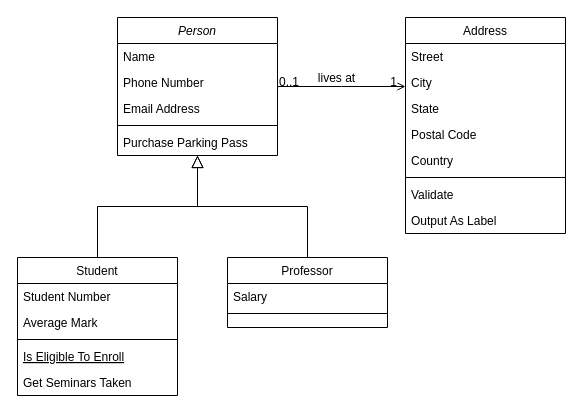
This is Diagrama sem nome.drawio from MarcusVsc1/PadraoBuilder04.10, a draw.io file, before an edit. Source tidied: cells renumbered, new cells numbered last; positions are measured from the earlier drawing's top-left corner, leaving out a move shared by most shapes. Both pictures are drawn from the tidied source at 100%, with x=0, y=0 at pixel (17, 17).
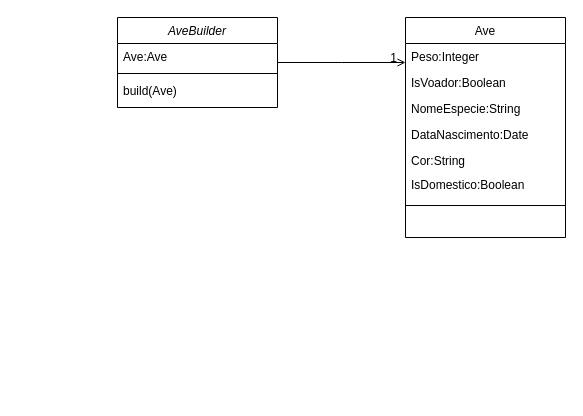
Above is the later version.

The change refers to these unchanged cells:
```xml
<mxCell id="28" style="endArrow=open;shadow=0;strokeWidth=1;rounded=0;endFill=1;edgeStyle=elbowEdgeStyle;elbow=vertical;" parent="1" edge="1" source="2" target="19">
  <mxGeometry x="0.5" y="41" relative="1" as="geometry">
    <mxPoint x="-40" y="32" as="offset" />
  </mxGeometry>
</mxCell>
```

Diff of the diagram source:
```diff
@@
-    <mxCell id="2" value="Person" style="swimlane;fontStyle=2;align=center;verticalAlign=top;horizontal=1;startSize=26;rounded=0;shadow=0;strokeWidth=1;" parent="1" vertex="1">
-      <mxGeometry x="100" width="160" height="138" as="geometry" />
+    <mxCell id="2" value="AveBuilder" style="swimlane;fontStyle=2;align=center;verticalAlign=top;horizontal=1;startSize=26;rounded=0;shadow=0;strokeWidth=1;" parent="1" vertex="1">
+      <mxGeometry x="100" width="160" height="90" as="geometry" />
     </mxCell>
-    <mxCell id="3" value="Name" style="text;align=left;verticalAlign=top;spacingLeft=4;spacingRight=4;overflow=hidden;" parent="2" vertex="1">
+    <mxCell id="3" value="Ave:Ave" style="text;align=left;verticalAlign=top;spacingLeft=4;spacingRight=4;overflow=hidden;" parent="2" vertex="1">
       <mxGeometry y="26" width="160" height="26" as="geometry" />
     </mxCell>
-    <mxCell id="4" value="Phone Number" style="text;align=left;verticalAlign=top;spacingLeft=4;spacingRight=4;overflow=hidden;rounded=0;shadow=0;html=0;" parent="2" vertex="1">
-      <mxGeometry y="52" width="160" height="26" as="geometry" />
-    </mxCell>
-    <mxCell id="5" value="Email Address" style="text;align=left;verticalAlign=top;spacingLeft=4;spacingRight=4;overflow=hidden;rounded=0;shadow=0;html=0;" parent="2" vertex="1">
-      <mxGeometry y="78" width="160" height="26" as="geometry" />
-    </mxCell>
     <mxCell id="6" style="line;html=1;strokeWidth=1;align=left;verticalAlign=middle;spacingTop=-1;spacingLeft=3;spacingRight=3;labelPosition=right;" parent="2" vertex="1">
-      <mxGeometry y="104" width="160" height="8" as="geometry" />
+      <mxGeometry y="52" width="160" height="8" as="geometry" />
     </mxCell>
-    <mxCell id="7" value="Purchase Parking Pass" style="text;align=left;verticalAlign=top;spacingLeft=4;spacingRight=4;overflow=hidden;" parent="2" vertex="1">
-      <mxGeometry y="112" width="160" height="26" as="geometry" />
+    <mxCell id="7" value="build(Ave)" style="text;align=left;verticalAlign=top;spacingLeft=4;spacingRight=4;overflow=hidden;" parent="2" vertex="1">
+      <mxGeometry y="60" width="160" height="26" as="geometry" />
     </mxCell>
-    <mxCell id="8" value="Student" style="swimlane;fontStyle=0;align=center;verticalAlign=top;horizontal=1;startSize=26;rounded=0;shadow=0;strokeWidth=1;" parent="1" vertex="1">
-      <mxGeometry y="240" width="160" height="138" as="geometry" />
-    </mxCell>
-    <mxCell id="9" value="Student Number" style="text;align=left;verticalAlign=top;spacingLeft=4;spacingRight=4;overflow=hidden;" parent="8" vertex="1">
-      <mxGeometry y="26" width="160" height="26" as="geometry" />
-    </mxCell>
-    <mxCell id="10" value="Average Mark" style="text;align=left;verticalAlign=top;spacingLeft=4;spacingRight=4;overflow=hidden;rounded=0;shadow=0;html=0;" parent="8" vertex="1">
-      <mxGeometry y="52" width="160" height="26" as="geometry" />
-    </mxCell>
-    <mxCell id="11" style="line;html=1;strokeWidth=1;align=left;verticalAlign=middle;spacingTop=-1;spacingLeft=3;spacingRight=3;labelPosition=right;" parent="8" vertex="1">
-      <mxGeometry y="78" width="160" height="8" as="geometry" />
-    </mxCell>
-    <mxCell id="12" value="Is Eligible To Enroll" style="text;align=left;verticalAlign=top;spacingLeft=4;spacingRight=4;overflow=hidden;fontStyle=4;" parent="8" vertex="1">
-      <mxGeometry y="86" width="160" height="26" as="geometry" />
-    </mxCell>
-    <mxCell id="13" value="Get Seminars Taken" style="text;align=left;verticalAlign=top;spacingLeft=4;spacingRight=4;overflow=hidden;" parent="8" vertex="1">
-      <mxGeometry y="112" width="160" height="26" as="geometry" />
-    </mxCell>
-    <mxCell id="14" style="endArrow=block;endSize=10;endFill=0;shadow=0;strokeWidth=1;rounded=0;edgeStyle=elbowEdgeStyle;elbow=vertical;" parent="1" edge="1" source="8" target="2">
-      <mxGeometry relative="1" as="geometry" />
-    </mxCell>
-    <mxCell id="15" value="Professor" style="swimlane;fontStyle=0;align=center;verticalAlign=top;horizontal=1;startSize=26;rounded=0;shadow=0;strokeWidth=1;" parent="1" vertex="1">
-      <mxGeometry x="210" y="240" width="160" height="70" as="geometry" />
-    </mxCell>
-    <mxCell id="16" value="Salary" style="text;align=left;verticalAlign=top;spacingLeft=4;spacingRight=4;overflow=hidden;" parent="15" vertex="1">
-      <mxGeometry y="26" width="160" height="26" as="geometry" />
-    </mxCell>
-    <mxCell id="17" style="line;html=1;strokeWidth=1;align=left;verticalAlign=middle;spacingTop=-1;spacingLeft=3;spacingRight=3;labelPosition=right;" parent="15" vertex="1">
-      <mxGeometry y="52" width="160" height="8" as="geometry" />
-    </mxCell>
-    <mxCell id="18" style="endArrow=block;endSize=10;endFill=0;shadow=0;strokeWidth=1;rounded=0;edgeStyle=elbowEdgeStyle;elbow=vertical;" parent="1" edge="1" source="15" target="2">
-      <mxGeometry relative="1" as="geometry" />
-    </mxCell>
-    <mxCell id="19" value="Address" style="swimlane;fontStyle=0;align=center;verticalAlign=top;horizontal=1;startSize=26;rounded=0;shadow=0;strokeWidth=1;" parent="1" vertex="1">
-      <mxGeometry x="388" width="160" height="216" as="geometry" />
+    <mxCell id="19" value="Ave" style="swimlane;fontStyle=0;align=center;verticalAlign=top;horizontal=1;startSize=26;rounded=0;shadow=0;strokeWidth=1;" parent="1" vertex="1">
+      <mxGeometry x="388" width="160" height="220" as="geometry" />
     </mxCell>
-    <mxCell id="20" value="Street" style="text;align=left;verticalAlign=top;spacingLeft=4;spacingRight=4;overflow=hidden;" parent="19" vertex="1">
+    <mxCell id="20" value="Peso:Integer" style="text;align=left;verticalAlign=top;spacingLeft=4;spacingRight=4;overflow=hidden;" parent="19" vertex="1">
       <mxGeometry y="26" width="160" height="26" as="geometry" />
     </mxCell>
-    <mxCell id="21" value="City" style="text;align=left;verticalAlign=top;spacingLeft=4;spacingRight=4;overflow=hidden;rounded=0;shadow=0;html=0;" parent="19" vertex="1">
+    <mxCell id="21" value="IsVoador:Boolean" style="text;align=left;verticalAlign=top;spacingLeft=4;spacingRight=4;overflow=hidden;rounded=0;shadow=0;html=0;" parent="19" vertex="1">
       <mxGeometry y="52" width="160" height="26" as="geometry" />
     </mxCell>
-    <mxCell id="22" value="State" style="text;align=left;verticalAlign=top;spacingLeft=4;spacingRight=4;overflow=hidden;rounded=0;shadow=0;html=0;" parent="19" vertex="1">
+    <mxCell id="22" value="NomeEspecie:String" style="text;align=left;verticalAlign=top;spacingLeft=4;spacingRight=4;overflow=hidden;rounded=0;shadow=0;html=0;" parent="19" vertex="1">
       <mxGeometry y="78" width="160" height="26" as="geometry" />
     </mxCell>
-    <mxCell id="23" value="Postal Code" style="text;align=left;verticalAlign=top;spacingLeft=4;spacingRight=4;overflow=hidden;rounded=0;shadow=0;html=0;" parent="19" vertex="1">
+    <mxCell id="23" value="DataNascimento:Date" style="text;align=left;verticalAlign=top;spacingLeft=4;spacingRight=4;overflow=hidden;rounded=0;shadow=0;html=0;" parent="19" vertex="1">
       <mxGeometry y="104" width="160" height="26" as="geometry" />
     </mxCell>
-    <mxCell id="24" value="Country" style="text;align=left;verticalAlign=top;spacingLeft=4;spacingRight=4;overflow=hidden;rounded=0;shadow=0;html=0;" parent="19" vertex="1">
+    <mxCell id="24" value="Cor:String" style="text;align=left;verticalAlign=top;spacingLeft=4;spacingRight=4;overflow=hidden;rounded=0;shadow=0;html=0;" parent="19" vertex="1">
       <mxGeometry y="130" width="160" height="26" as="geometry" />
     </mxCell>
     <mxCell id="25" style="line;html=1;strokeWidth=1;align=left;verticalAlign=middle;spacingTop=-1;spacingLeft=3;spacingRight=3;labelPosition=right;" parent="19" vertex="1">
-      <mxGeometry y="156" width="160" height="8" as="geometry" />
+      <mxGeometry y="156" width="160" height="64" as="geometry" />
     </mxCell>
-    <mxCell id="26" value="Validate" style="text;align=left;verticalAlign=top;spacingLeft=4;spacingRight=4;overflow=hidden;" parent="19" vertex="1">
-      <mxGeometry y="164" width="160" height="26" as="geometry" />
-    </mxCell>
-    <mxCell id="27" value="Output As Label" style="text;align=left;verticalAlign=top;spacingLeft=4;spacingRight=4;overflow=hidden;" parent="19" vertex="1">
-      <mxGeometry y="190" width="160" height="26" as="geometry" />
-    </mxCell>
@@
-    <mxCell id="29" value="0..1" style="align=left;verticalAlign=bottom;labelBackgroundColor=none;fontSize=12;" parent="28" vertex="1">
-      <mxGeometry x="-1" relative="1" as="geometry">
-        <mxPoint y="4" as="offset" />
-      </mxGeometry>
-    </mxCell>
@@
-    <mxCell id="31" value="lives at" style="text;html=1;align=center;verticalAlign=middle;labelBackgroundColor=none;rounded=0;shadow=0;strokeWidth=1;fontSize=12;" parent="28" vertex="1">
-      <mxGeometry x="0.5" y="49" relative="1" as="geometry">
-        <mxPoint x="-38" y="40" as="offset" />
-      </mxGeometry>
-    </mxCell>
+    <mxCell id="32" value="IsDomestico:Boolean" style="text;align=left;verticalAlign=top;spacingLeft=4;spacingRight=4;overflow=hidden;rounded=0;shadow=0;html=0;" parent="1" vertex="1">
+      <mxGeometry x="388" y="154" width="160" height="26" as="geometry" />
+    </mxCell>
```
